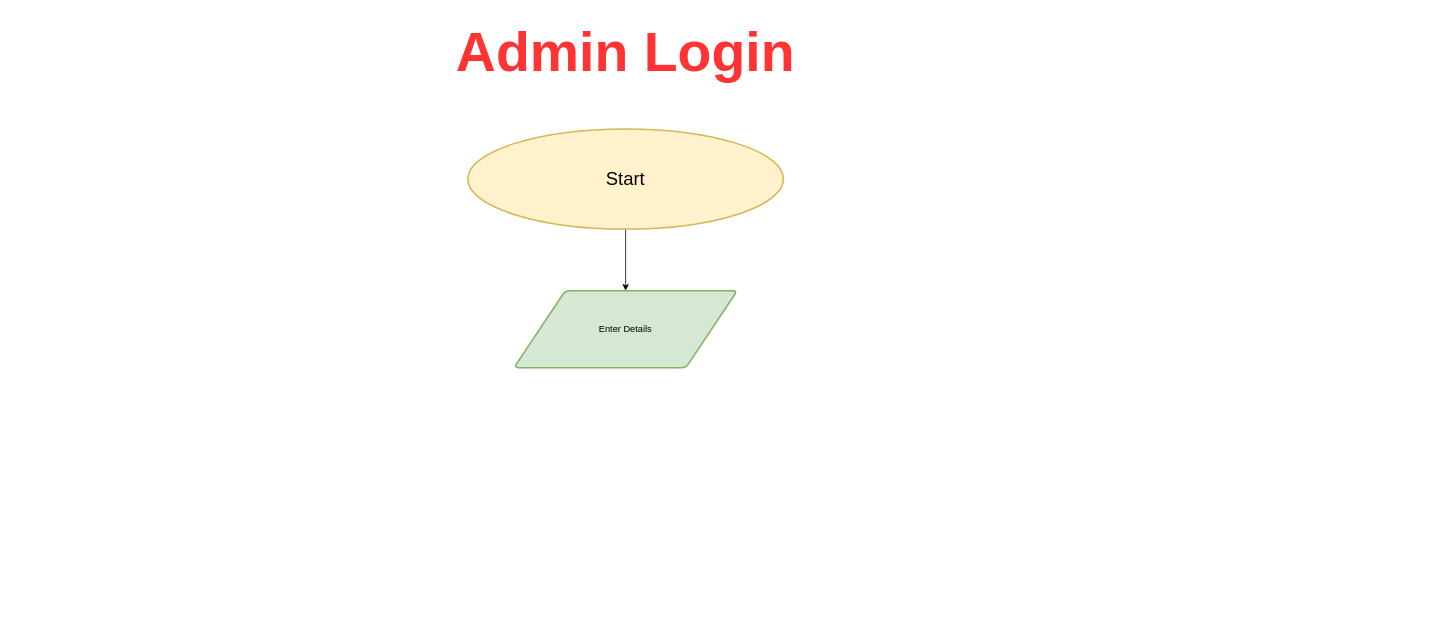
Before: MyHR.drawio in helloDevAman/FlowCharts, a draw.io diagram. Source tidied: cells renumbered, new cells numbered last; positions are measured from the earlier drawing's top-left corner, leaving out a move shared by most shapes. Both pictures are drawn from the tidied source at 77%, with x=0, y=0 at pixel (440, 13).
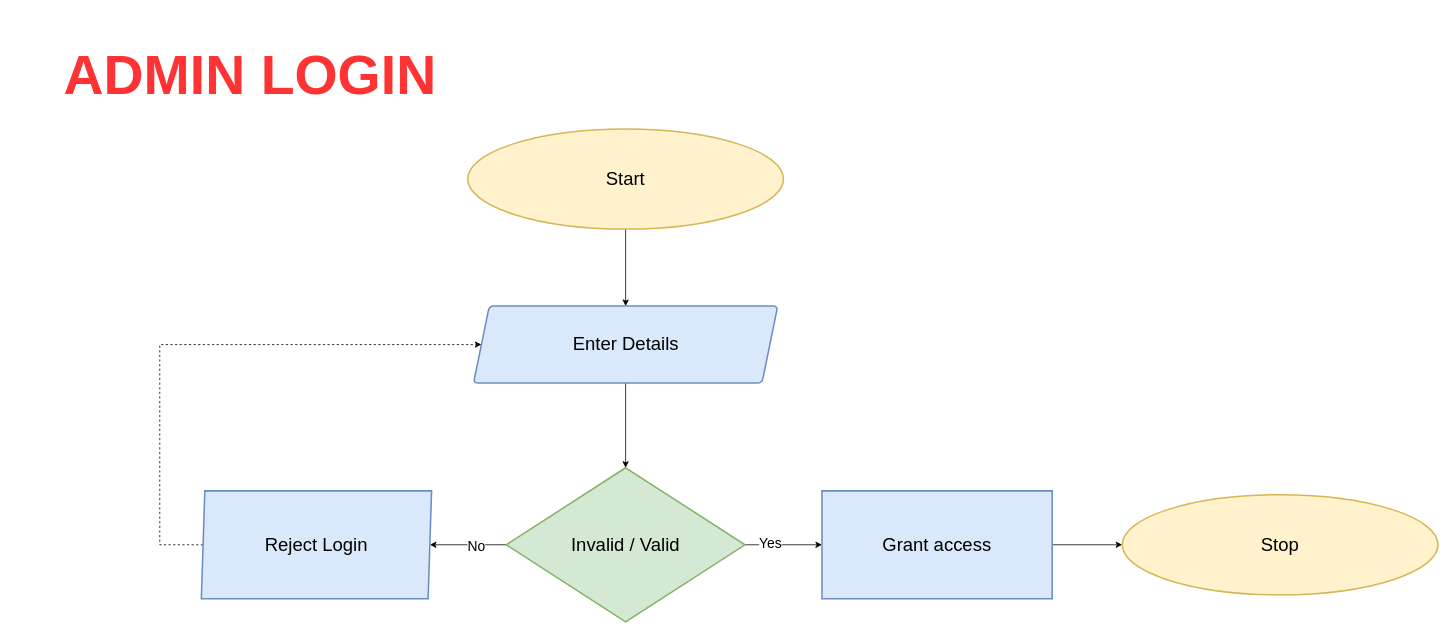
After the change.

Change to the diagram source:
```diff
@@
 <mxGraphModel>
   <root>
     <mxCell id="0" />
     <mxCell id="1" parent="0" />
-    <mxCell id="2" value="&lt;span style=&quot;font-style: normal; font-variant-caps: normal; letter-spacing: normal; text-indent: 0px; text-transform: none; white-space: normal; word-spacing: 0px; -webkit-text-stroke-width: 0px; text-decoration: none; caret-color: rgb(0, 0, 0); float: none; color: rgb(255, 51, 51); display: inline !important;&quot;&gt;&lt;font style=&quot;font-size: 72px;&quot;&gt;&lt;b&gt;Admin Login&lt;/b&gt;&lt;/font&gt;&lt;/span&gt;" style="text;whiteSpace=wrap;html=1;align=center;" parent="1" vertex="1">
-      <mxGeometry width="480" height="90" as="geometry" />
+    <mxCell id="2" value="&lt;span style=&quot;font-style: normal; font-variant-caps: normal; letter-spacing: normal; text-indent: 0px; text-transform: none; white-space: normal; word-spacing: 0px; -webkit-text-stroke-width: 0px; text-decoration: none; caret-color: rgb(0, 0, 0); float: none; color: rgb(255, 51, 51); display: inline !important;&quot;&gt;&lt;font style=&quot;font-size: 72px;&quot;&gt;&lt;b&gt;ADMIN LOGIN&lt;/b&gt;&lt;/font&gt;&lt;/span&gt;" style="text;whiteSpace=wrap;html=1;align=center;" parent="1" vertex="1">
+      <mxGeometry x="-555" y="30" width="615" height="90" as="geometry" />
     </mxCell>
     <mxCell id="3" style="edgeStyle=orthogonalEdgeStyle;rounded=0;jettySize=auto;html=1;" parent="1" edge="1" source="4" target="5">
       <mxGeometry relative="1" as="geometry" />
     </mxCell>
     <mxCell id="4" value="&lt;font style=&quot;font-size: 24px;&quot;&gt;Start&lt;/font&gt;" style="strokeWidth=2;html=1;shape=mxgraph.flowchart.start_1;whiteSpace=wrap;fillColor=#fff2cc;strokeColor=#d6b656;" parent="1" vertex="1">
       <mxGeometry x="35" y="150" width="410" height="130" as="geometry" />
     </mxCell>
+    <mxCell id="6" style="edgeStyle=orthogonalEdgeStyle;rounded=0;jettySize=auto;html=1;" parent="1" edge="1" source="5" target="11">
+      <mxGeometry relative="1" as="geometry" />
+    </mxCell>
-    <mxCell id="5" value="Enter Details" style="shape=parallelogram;html=1;strokeWidth=2;perimeter=parallelogramPerimeter;whiteSpace=wrap;rounded=1;arcSize=12;size=0.23;fillColor=#d5e8d4;strokeColor=#82b366;" parent="1" vertex="1">
-      <mxGeometry x="95" y="360" width="290" height="100" as="geometry" />
+    <mxCell id="5" value="&lt;font style=&quot;font-size: 24px;&quot;&gt;Enter Details&lt;/font&gt;" style="shape=parallelogram;html=1;strokeWidth=2;perimeter=parallelogramPerimeter;whiteSpace=wrap;rounded=1;arcSize=12;size=0.05172413793103448;fillColor=#dae8fc;strokeColor=#6c8ebf;" parent="1" vertex="1">
+      <mxGeometry x="42.5" y="380" width="395" height="100" as="geometry" />
     </mxCell>
+    <mxCell id="7" style="edgeStyle=orthogonalEdgeStyle;rounded=0;jettySize=auto;html=1;entryX=0;entryY=0.5;entryDx=0;entryDy=0;" parent="1" edge="1" source="11" target="13">
+      <mxGeometry relative="1" as="geometry" />
+    </mxCell>
+    <mxCell id="8" value="&lt;font style=&quot;font-size: 18px;&quot;&gt;Yes&lt;/font&gt;" style="edgeLabel;html=1;align=center;verticalAlign=middle;" parent="7" vertex="1">
+      <mxGeometry x="-0.39" y="2" relative="1" as="geometry">
+        <mxPoint x="1" as="offset" />
+      </mxGeometry>
+    </mxCell>
+    <mxCell id="9" style="edgeStyle=orthogonalEdgeStyle;rounded=0;jettySize=auto;html=1;" parent="1" edge="1" source="11" target="16">
+      <mxGeometry relative="1" as="geometry" />
+    </mxCell>
+    <mxCell id="10" value="&lt;font style=&quot;font-size: 18px;&quot;&gt;No&lt;/font&gt;" style="edgeLabel;html=1;align=center;verticalAlign=middle;" parent="9" vertex="1">
+      <mxGeometry x="-0.19" y="2" relative="1" as="geometry" />
+    </mxCell>
+    <mxCell id="11" value="&lt;font style=&quot;font-size: 24px;&quot;&gt;&lt;span style=&quot;text-align: start;&quot;&gt;Invalid / Valid&lt;/span&gt;&lt;/font&gt;" style="strokeWidth=2;html=1;shape=mxgraph.flowchart.decision;whiteSpace=wrap;fillColor=#d5e8d4;strokeColor=#82b366;" parent="1" vertex="1">
+      <mxGeometry x="85" y="590" width="310" height="200" as="geometry" />
+    </mxCell>
+    <mxCell id="12" style="edgeStyle=orthogonalEdgeStyle;rounded=0;jettySize=auto;html=1;" parent="1" edge="1" source="13" target="14">
+      <mxGeometry relative="1" as="geometry" />
+    </mxCell>
+    <mxCell id="13" value="&lt;span style=&quot;text-align: start;&quot;&gt;&lt;font style=&quot;font-size: 24px;&quot;&gt;Grant access&lt;/font&gt;&lt;/span&gt;" style="shape=parallelogram;html=1;strokeWidth=2;perimeter=parallelogramPerimeter;whiteSpace=wrap;rounded=1;arcSize=0;size=0;fillColor=#dae8fc;strokeColor=#6c8ebf;" parent="1" vertex="1">
+      <mxGeometry x="495" y="620" width="299" height="140" as="geometry" />
+    </mxCell>
+    <mxCell id="14" value="&lt;font style=&quot;font-size: 24px;&quot;&gt;Stop&lt;/font&gt;" style="strokeWidth=2;html=1;shape=mxgraph.flowchart.start_1;whiteSpace=wrap;fillColor=#fff2cc;strokeColor=#d6b656;" parent="1" vertex="1">
+      <mxGeometry x="885" y="625" width="410" height="130" as="geometry" />
+    </mxCell>
+    <mxCell id="15" style="edgeStyle=orthogonalEdgeStyle;rounded=0;jettySize=auto;html=1;entryX=0;entryY=0.5;entryDx=0;entryDy=0;dashed=1;" parent="1" edge="1" source="16" target="5">
+      <mxGeometry relative="1" as="geometry">
+        <Array as="points">
+          <mxPoint x="-365" y="690" />
+          <mxPoint x="-365" y="430" />
+        </Array>
+      </mxGeometry>
+    </mxCell>
+    <mxCell id="16" value="&lt;div style=&quot;text-align: start;&quot;&gt;&lt;font size=&quot;5&quot;&gt;Reject Login&lt;/font&gt;&lt;/div&gt;" style="shape=parallelogram;html=1;strokeWidth=2;perimeter=parallelogramPerimeter;whiteSpace=wrap;rounded=1;arcSize=0;size=0.015050167224080268;fillColor=#dae8fc;strokeColor=#6c8ebf;" parent="1" vertex="1">
+      <mxGeometry x="-311" y="620" width="299" height="140" as="geometry" />
+    </mxCell>
   </root>
 </mxGraphModel>
```
